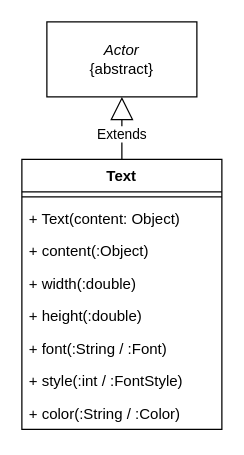
engine-pi/engine-pi keeps this draw.io diagram as docs/drawio/Text.drawio. Above is the earlier version. Source tidied: cells renumbered, new cells numbered last; positions are measured from the earlier drawing's top-left corner, leaving out a move shared by most shapes. Both pictures are drawn from the tidied source at 125%, with x=0, y=0 at pixel (21, 21).
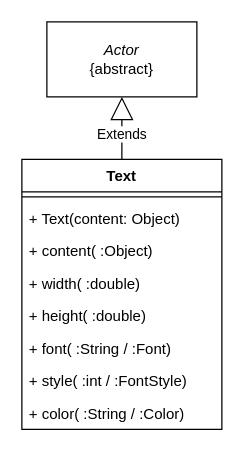
After the change.

Diff of the diagram source:
```diff
@@
 <mxGraphModel>
   <root>
     <mxCell id="0" />
     <mxCell id="1" parent="0" />
     <mxCell id="2" value="&lt;font face=&quot;Cantarell&quot;&gt;Text&lt;/font&gt;" style="swimlane;fontStyle=1;align=center;verticalAlign=top;horizontal=1;startSize=26;whiteSpace=wrap;html=1;" parent="1" vertex="1">
       <mxGeometry y="110" width="160" height="216" as="geometry" />
     </mxCell>
     <mxCell id="3" style="line;strokeWidth=1;fillColor=none;align=left;verticalAlign=middle;spacingTop=-1;spacingLeft=3;spacingRight=3;labelPosition=right;strokeColor=inherit;" parent="2" vertex="1">
       <mxGeometry y="26" width="160" height="8" as="geometry" />
     </mxCell>
     <mxCell id="4" value="&lt;font face=&quot;Cantarell&quot;&gt;+ Text(content: Object)&lt;/font&gt;" style="text;strokeColor=none;fillColor=none;align=left;verticalAlign=top;spacingLeft=4;spacingRight=4;overflow=hidden;whiteSpace=wrap;html=1;" parent="2" vertex="1">
       <mxGeometry y="34" width="160" height="26" as="geometry" />
     </mxCell>
-    <mxCell id="5" value="&lt;div&gt;&lt;font face=&quot;Cantarell&quot;&gt;+ content(:Object)&lt;/font&gt;&lt;/div&gt;" style="text;strokeColor=none;fillColor=none;align=left;verticalAlign=top;spacingLeft=4;spacingRight=4;overflow=hidden;whiteSpace=wrap;html=1;" parent="2" vertex="1">
+    <mxCell id="5" value="&lt;div&gt;&lt;font face=&quot;Cantarell&quot;&gt;+ content( :Object)&lt;/font&gt;&lt;/div&gt;" style="text;strokeColor=none;fillColor=none;align=left;verticalAlign=top;spacingLeft=4;spacingRight=4;overflow=hidden;whiteSpace=wrap;html=1;" parent="2" vertex="1">
       <mxGeometry y="60" width="160" height="26" as="geometry" />
     </mxCell>
-    <mxCell id="6" value="&lt;div&gt;&lt;font face=&quot;Cantarell&quot;&gt;+ width(:double)&lt;/font&gt;&lt;/div&gt;" style="text;strokeColor=none;fillColor=none;align=left;verticalAlign=top;spacingLeft=4;spacingRight=4;overflow=hidden;whiteSpace=wrap;html=1;" parent="2" vertex="1">
+    <mxCell id="6" value="&lt;div&gt;&lt;font face=&quot;Cantarell&quot;&gt;+ width( :double)&lt;/font&gt;&lt;/div&gt;" style="text;strokeColor=none;fillColor=none;align=left;verticalAlign=top;spacingLeft=4;spacingRight=4;overflow=hidden;whiteSpace=wrap;html=1;" parent="2" vertex="1">
       <mxGeometry y="86" width="160" height="26" as="geometry" />
     </mxCell>
-    <mxCell id="7" value="&lt;div&gt;&lt;font face=&quot;Cantarell&quot;&gt;+ height(:double)&lt;/font&gt;&lt;/div&gt;" style="text;strokeColor=none;fillColor=none;align=left;verticalAlign=top;spacingLeft=4;spacingRight=4;overflow=hidden;whiteSpace=wrap;html=1;" parent="2" vertex="1">
+    <mxCell id="7" value="&lt;div&gt;&lt;font face=&quot;Cantarell&quot;&gt;+ height( :double)&lt;/font&gt;&lt;/div&gt;" style="text;strokeColor=none;fillColor=none;align=left;verticalAlign=top;spacingLeft=4;spacingRight=4;overflow=hidden;whiteSpace=wrap;html=1;" parent="2" vertex="1">
       <mxGeometry y="112" width="160" height="26" as="geometry" />
     </mxCell>
-    <mxCell id="8" value="&lt;div&gt;&lt;font face=&quot;Cantarell&quot;&gt;+ font(:String / :Font)&lt;/font&gt;&lt;/div&gt;" style="text;strokeColor=none;fillColor=none;align=left;verticalAlign=top;spacingLeft=4;spacingRight=4;overflow=hidden;whiteSpace=wrap;html=1;" parent="2" vertex="1">
+    <mxCell id="8" value="&lt;div&gt;&lt;font face=&quot;Cantarell&quot;&gt;+ font( :String / :Font)&lt;/font&gt;&lt;/div&gt;" style="text;strokeColor=none;fillColor=none;align=left;verticalAlign=top;spacingLeft=4;spacingRight=4;overflow=hidden;whiteSpace=wrap;html=1;" parent="2" vertex="1">
       <mxGeometry y="138" width="160" height="26" as="geometry" />
     </mxCell>
-    <mxCell id="9" value="&lt;div&gt;&lt;font face=&quot;Cantarell&quot;&gt;+ style(:int / :FontStyle)&lt;/font&gt;&lt;/div&gt;" style="text;strokeColor=none;fillColor=none;align=left;verticalAlign=top;spacingLeft=4;spacingRight=4;overflow=hidden;whiteSpace=wrap;html=1;" parent="2" vertex="1">
+    <mxCell id="9" value="&lt;div&gt;&lt;font face=&quot;Cantarell&quot;&gt;+ style( :int / :FontStyle)&lt;/font&gt;&lt;/div&gt;" style="text;strokeColor=none;fillColor=none;align=left;verticalAlign=top;spacingLeft=4;spacingRight=4;overflow=hidden;whiteSpace=wrap;html=1;" parent="2" vertex="1">
       <mxGeometry y="164" width="160" height="26" as="geometry" />
     </mxCell>
-    <mxCell id="10" value="&lt;div&gt;&lt;font face=&quot;Cantarell&quot;&gt;+ color(:String / :Color)&lt;/font&gt;&lt;/div&gt;" style="text;strokeColor=none;fillColor=none;align=left;verticalAlign=top;spacingLeft=4;spacingRight=4;overflow=hidden;whiteSpace=wrap;html=1;" parent="2" vertex="1">
+    <mxCell id="10" value="&lt;div&gt;&lt;font face=&quot;Cantarell&quot;&gt;+ color( :String / :Color)&lt;/font&gt;&lt;/div&gt;" style="text;strokeColor=none;fillColor=none;align=left;verticalAlign=top;spacingLeft=4;spacingRight=4;overflow=hidden;whiteSpace=wrap;html=1;" parent="2" vertex="1">
       <mxGeometry y="190" width="160" height="26" as="geometry" />
     </mxCell>
     <mxCell id="11" value="&lt;font&gt;&lt;i&gt;Actor&lt;/i&gt;&lt;/font&gt;&lt;div&gt;&lt;font&gt;{abstract}&lt;/font&gt;&lt;/div&gt;" style="rounded=0;whiteSpace=wrap;html=1;fontFamily=Cantarell;" parent="1" vertex="1">
       <mxGeometry x="20" width="120" height="60" as="geometry" />
     </mxCell>
     <mxCell id="12" value="Extends" style="endArrow=block;endSize=16;endFill=0;html=1;fontFamily=Cantarell;" parent="1" edge="1" source="2" target="11">
       <mxGeometry x="-0.2" relative="1" as="geometry" />
     </mxCell>
   </root>
 </mxGraphModel>
```
